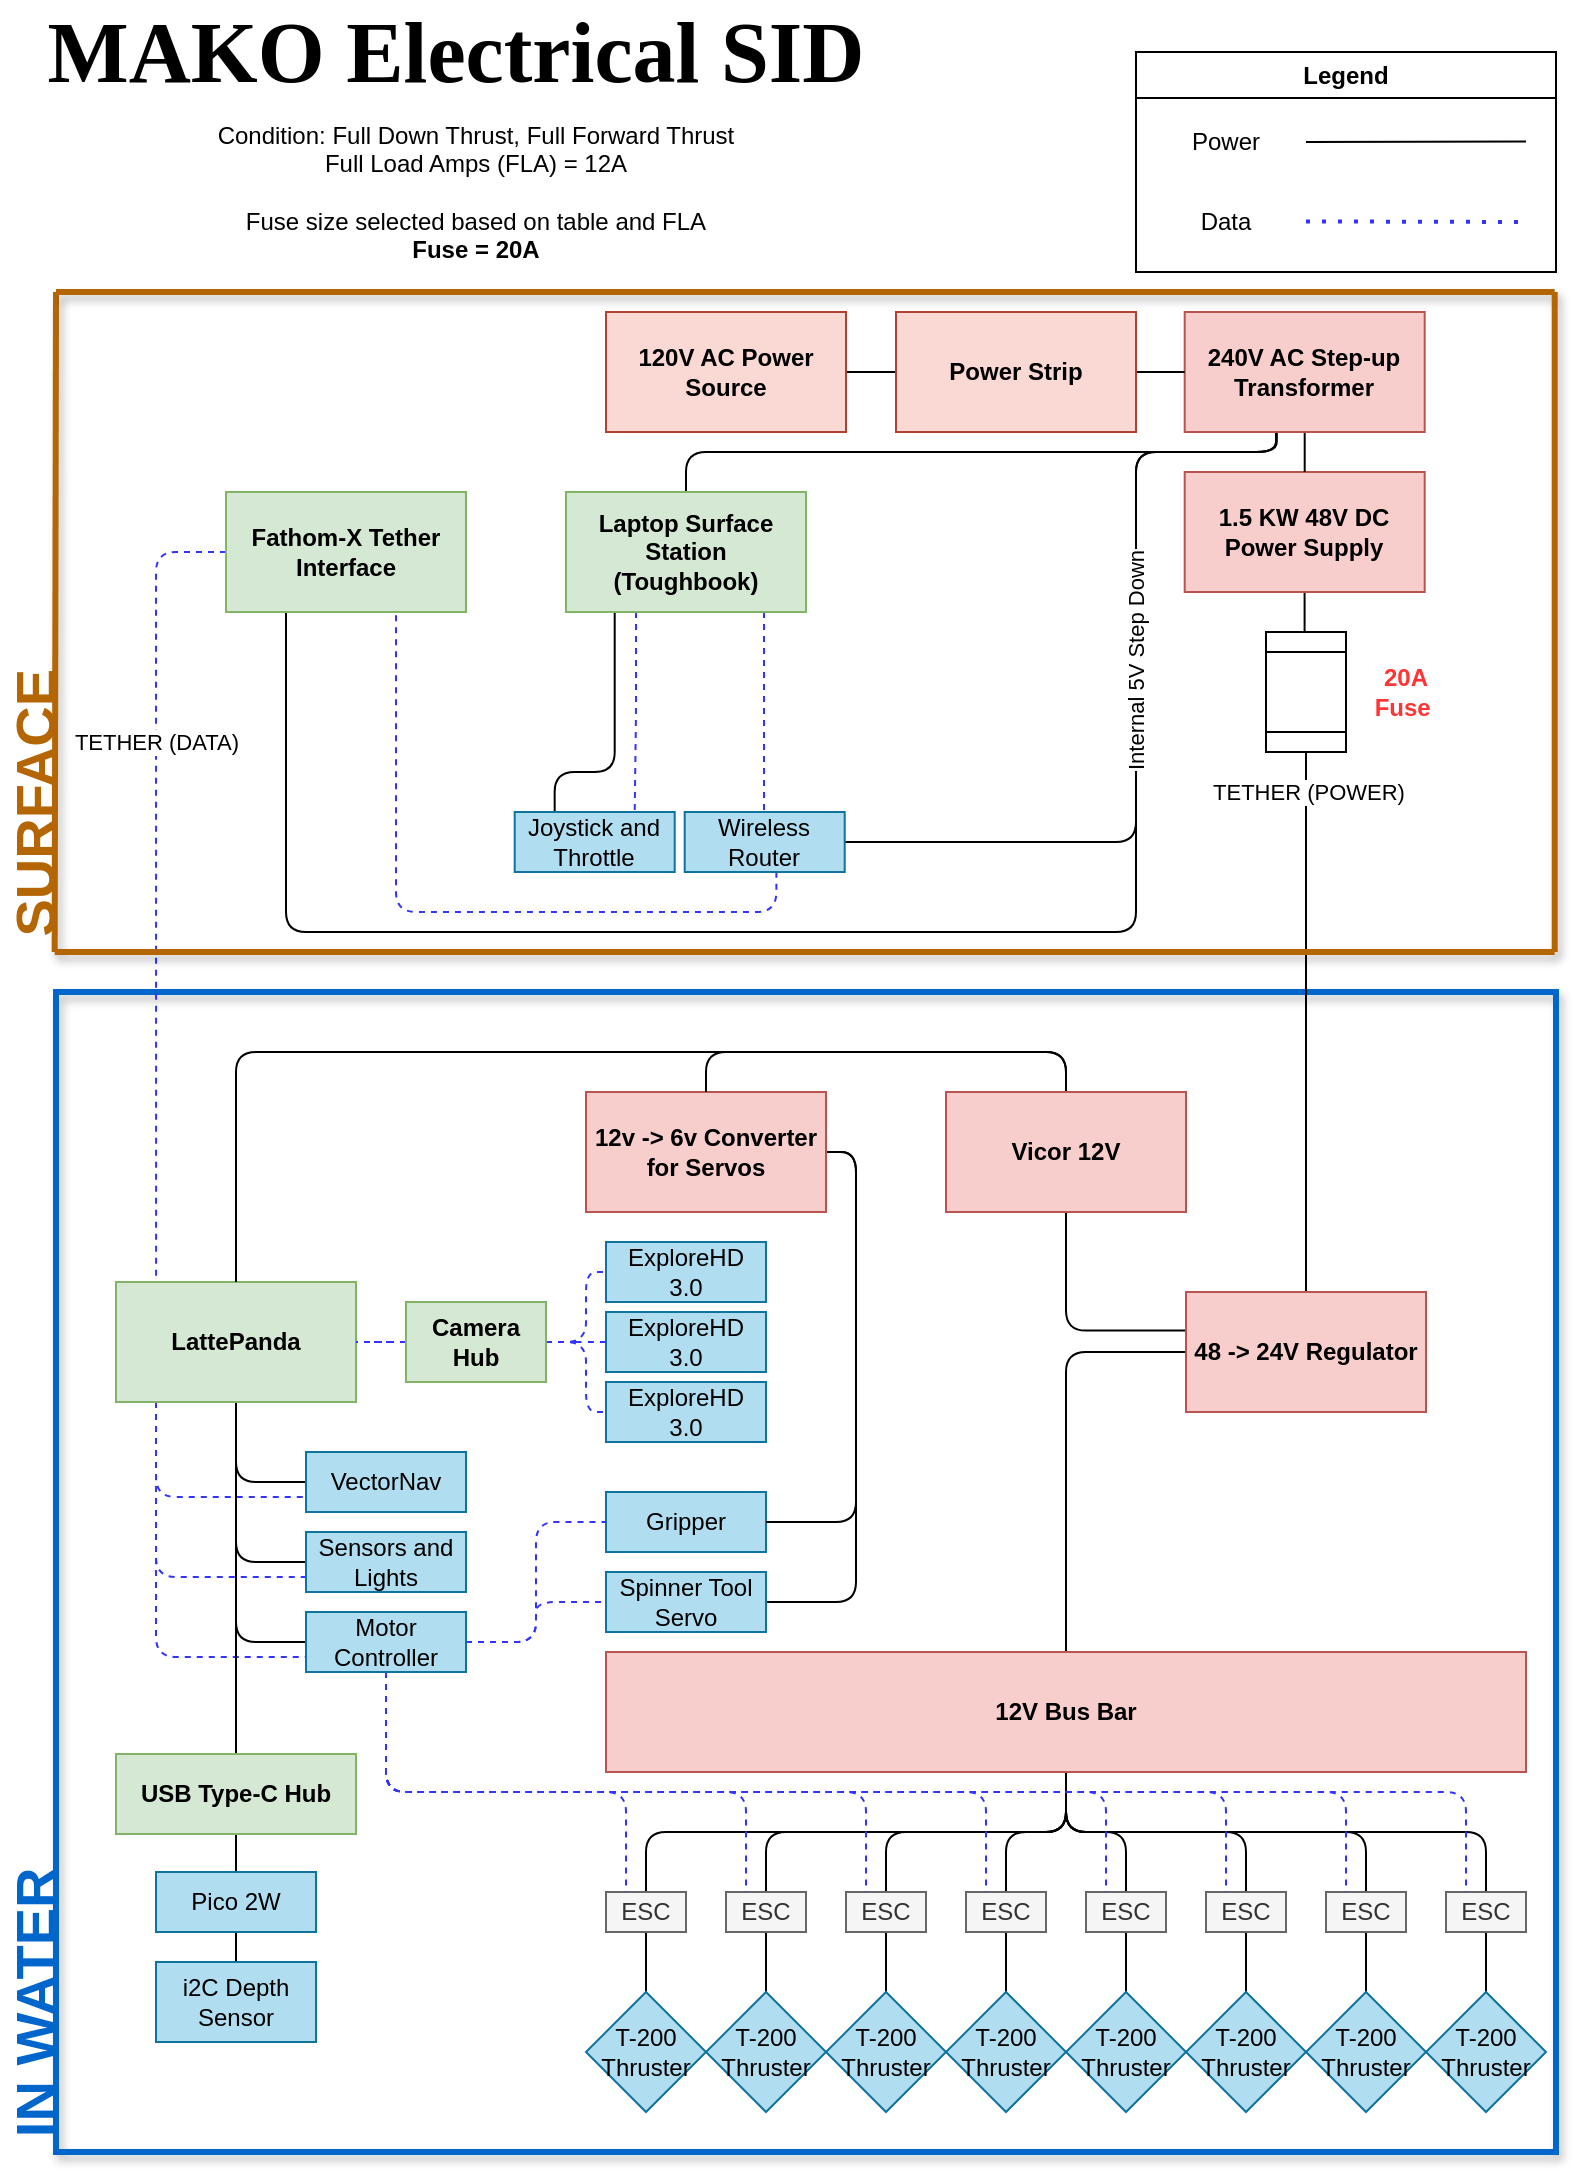
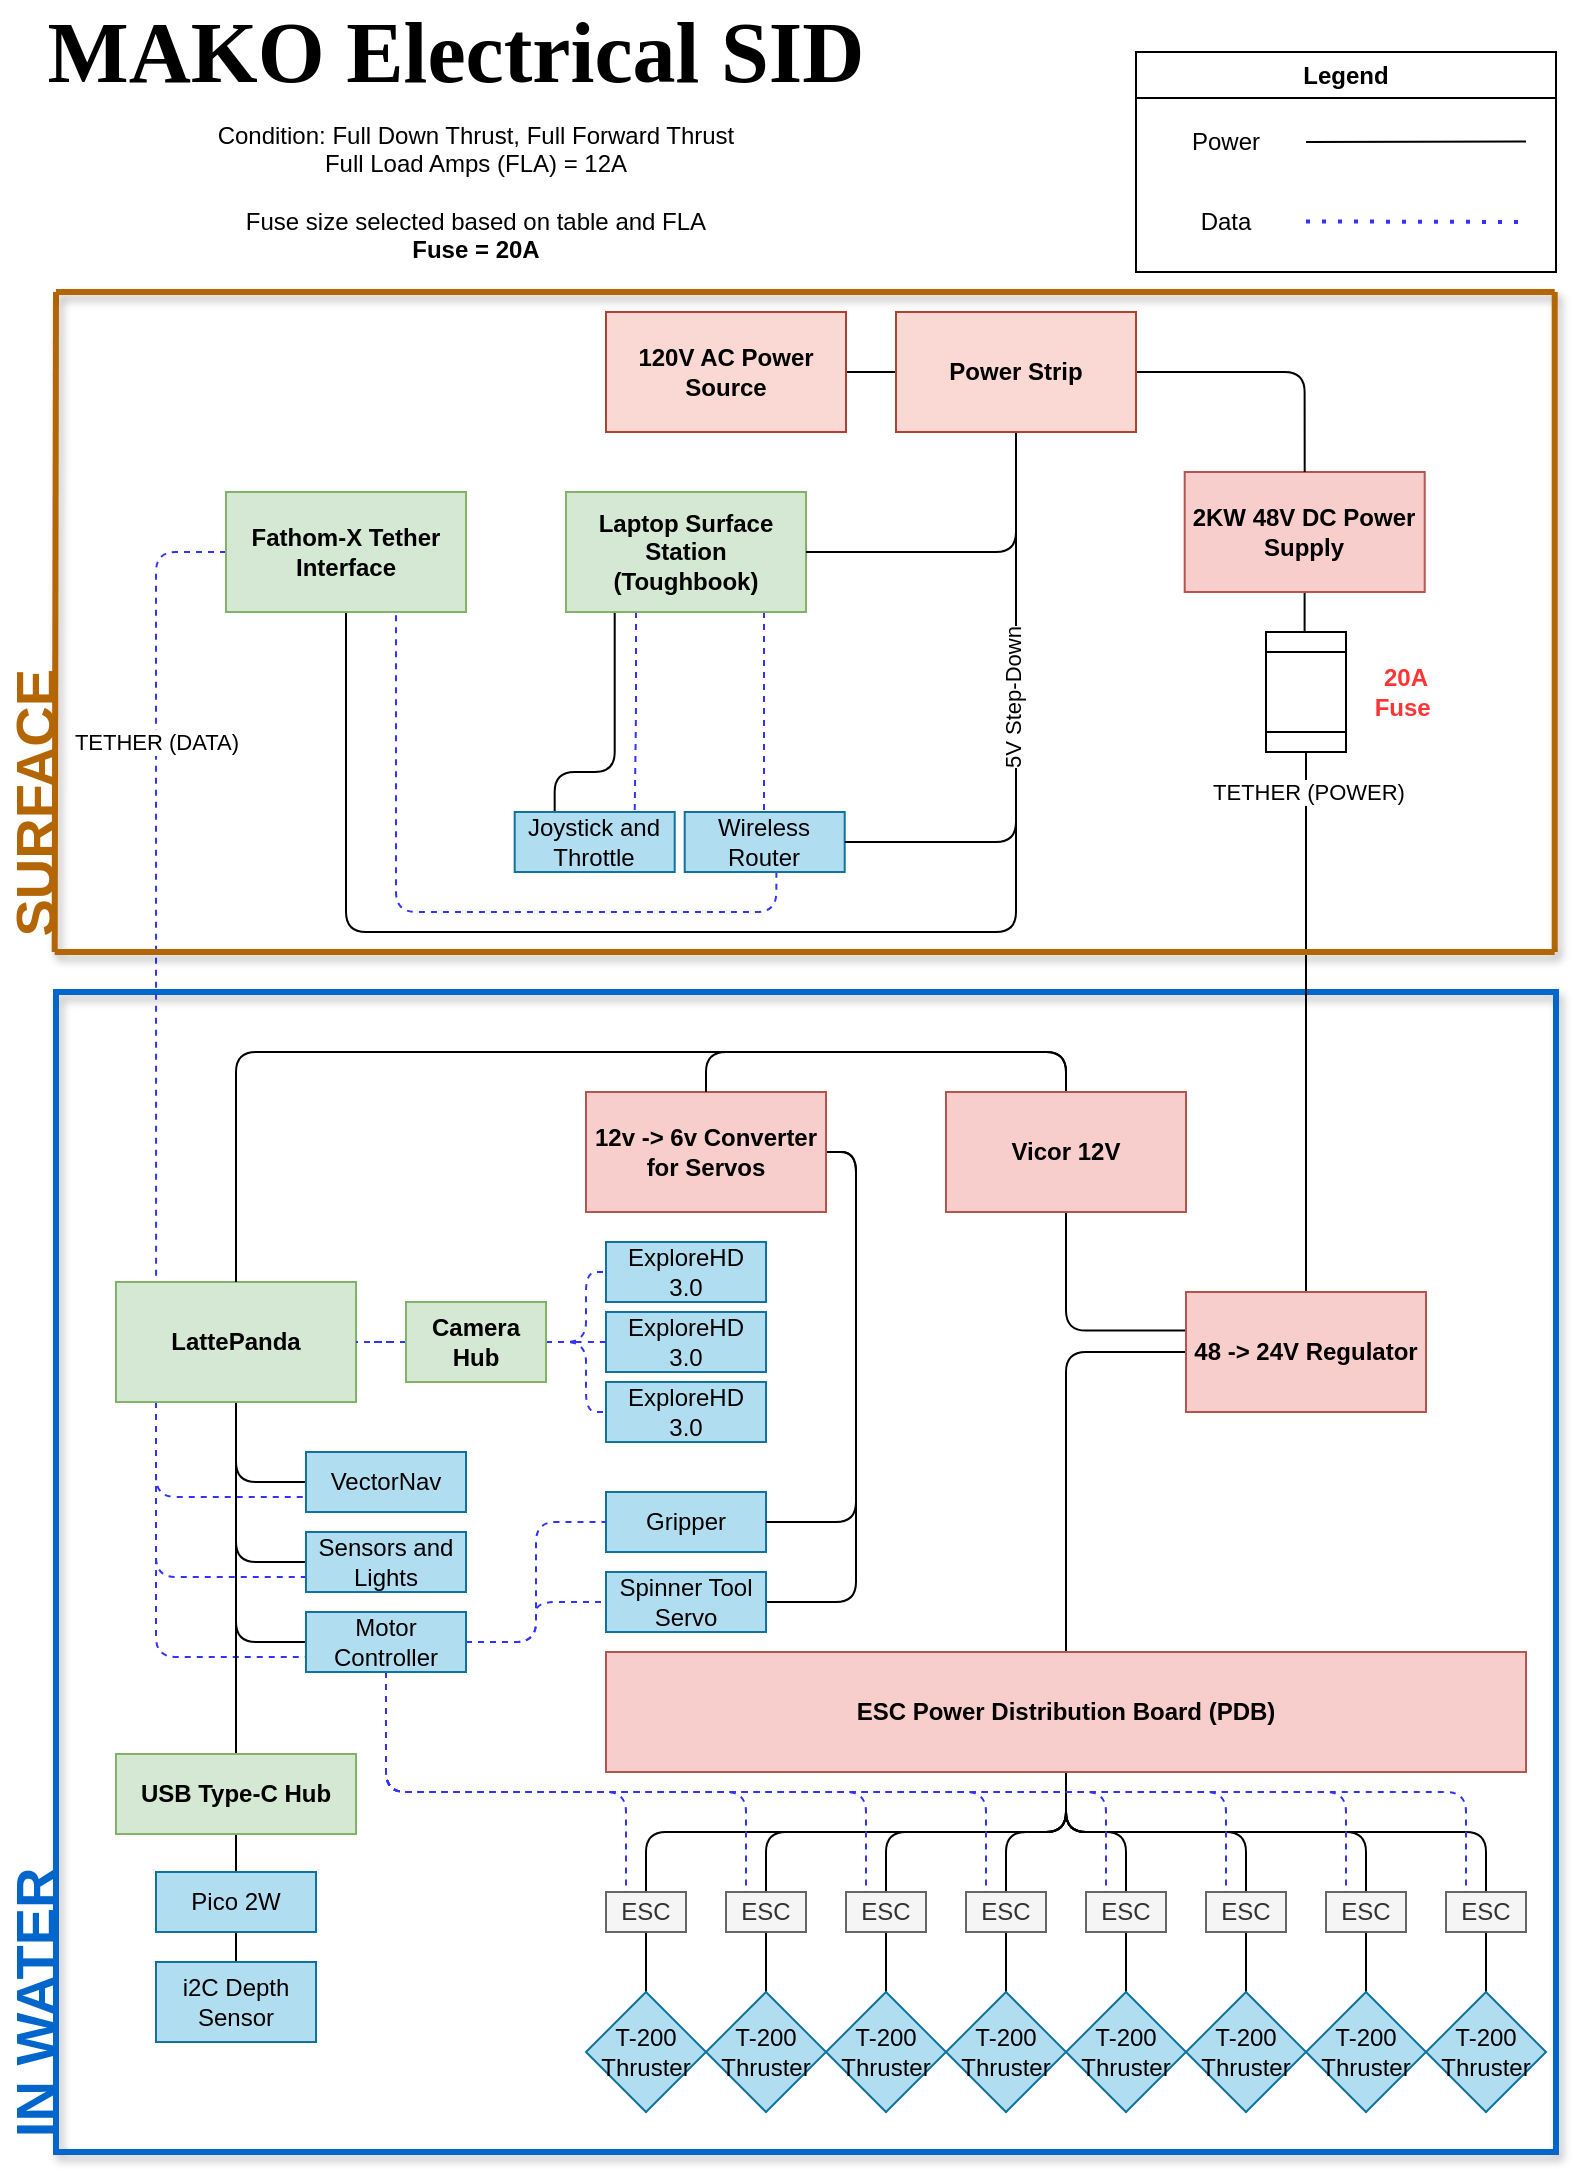
<mxfile host="app.diagrams.net" agent="Mozilla/5.0 (Windows NT 10.0; Win64; x64; rv:139.0) Gecko/20100101 Firefox/139.0">
  <diagram name="Page-1" id="doaNbLGYiiKzRFzNWdXi">
-     <mxGraphModel dx="372" dy="727" grid="1" gridSize="10" guides="1" tooltips="1" connect="1" arrows="1" fold="1" page="1" pageScale="1" pageWidth="850" pageHeight="1100" math="0" shadow="0">
+     <mxGraphModel dx="-59" dy="471" grid="1" gridSize="10" guides="1" tooltips="1" connect="1" arrows="1" fold="1" page="1" pageScale="1" pageWidth="850" pageHeight="1100" math="0" shadow="0">
      <root>
        <mxCell id="0" />
        <mxCell id="1" parent="0" />
        <mxCell id="0vSBfI8_46AL9H7hPHAw-18" parent="1" style="rounded=0;whiteSpace=wrap;html=1;fillColor=none;strokeWidth=3;strokeColor=#0066CC;glass=0;shadow=1;" value="" vertex="1">
          <mxGeometry height="580" width="750" x="890" y="500" as="geometry" />
        </mxCell>
        <mxCell id="59XTsty1G1Yx93DkZX_j-1" parent="1" style="text;html=1;whiteSpace=wrap;strokeColor=none;fillColor=none;align=center;verticalAlign=middle;rounded=0;fontFamily=Times New Roman;fontStyle=1" value="&lt;font style=&quot;font-size: 43px;&quot;&gt;&lt;span&gt;MAKO Electrical SID&lt;/span&gt;&lt;/font&gt;" vertex="1">
          <mxGeometry height="40" width="420" x="880" y="10" as="geometry" />
        </mxCell>
        <mxCell id="59XTsty1G1Yx93DkZX_j-24" edge="1" parent="1" style="edgeStyle=orthogonalEdgeStyle;rounded=0;orthogonalLoop=1;jettySize=auto;html=1;exitX=0.5;exitY=1;exitDx=0;exitDy=0;">
          <mxGeometry relative="1" as="geometry">
            <mxPoint x="1435" y="910" as="sourcePoint" />
            <mxPoint x="1435" y="910" as="targetPoint" />
          </mxGeometry>
        </mxCell>
        <mxCell id="59XTsty1G1Yx93DkZX_j-45" parent="1" style="swimlane;whiteSpace=wrap;html=1;" value="Legend" vertex="1">
          <mxGeometry height="110" width="210" x="1430" y="30" as="geometry" />
        </mxCell>
        <mxCell id="59XTsty1G1Yx93DkZX_j-46" parent="59XTsty1G1Yx93DkZX_j-45" style="text;html=1;whiteSpace=wrap;strokeColor=none;fillColor=none;align=center;verticalAlign=middle;rounded=0;" value="Power" vertex="1">
          <mxGeometry height="30" width="60" x="15" y="30" as="geometry" />
        </mxCell>
        <mxCell id="59XTsty1G1Yx93DkZX_j-47" parent="59XTsty1G1Yx93DkZX_j-45" style="text;html=1;whiteSpace=wrap;strokeColor=none;fillColor=none;align=center;verticalAlign=middle;rounded=0;" value="Data" vertex="1">
          <mxGeometry height="30" width="60" x="15" y="70" as="geometry" />
        </mxCell>
        <mxCell id="59XTsty1G1Yx93DkZX_j-53" edge="1" parent="59XTsty1G1Yx93DkZX_j-45" style="endArrow=none;dashed=1;html=1;dashPattern=1 3;strokeWidth=2;strokeColor=#3333FF;" value="">
          <mxGeometry height="50" relative="1" width="50" as="geometry">
            <mxPoint x="85" y="84.72" as="sourcePoint" />
            <mxPoint x="195" y="85" as="targetPoint" />
          </mxGeometry>
        </mxCell>
        <mxCell id="59XTsty1G1Yx93DkZX_j-54" edge="1" parent="59XTsty1G1Yx93DkZX_j-45" style="endArrow=none;html=1;strokeColor=#000000;" value="">
          <mxGeometry height="50" relative="1" width="50" as="geometry">
            <mxPoint x="85" y="45.06" as="sourcePoint" />
            <mxPoint x="195" y="44.78" as="targetPoint" />
          </mxGeometry>
        </mxCell>
        <mxCell id="37D4bjrBw4_Emu08I7YZ-6" edge="1" parent="1" source="59XTsty1G1Yx93DkZX_j-57" style="edgeStyle=orthogonalEdgeStyle;rounded=0;orthogonalLoop=1;jettySize=auto;html=1;endArrow=none;endFill=0;" target="37D4bjrBw4_Emu08I7YZ-5" value="">
          <mxGeometry relative="1" as="geometry" />
        </mxCell>
        <mxCell id="59XTsty1G1Yx93DkZX_j-57" parent="1" style="rounded=0;whiteSpace=wrap;html=1;fillColor=#fad9d5;strokeColor=#ae4132;fontStyle=1" value="120V AC Power Source" vertex="1">
          <mxGeometry height="60" width="120" x="1165" y="160" as="geometry" />
        </mxCell>
        <mxCell id="59XTsty1G1Yx93DkZX_j-71" edge="1" parent="1" source="59XTsty1G1Yx93DkZX_j-66" style="edgeStyle=orthogonalEdgeStyle;orthogonalLoop=1;jettySize=auto;html=1;endArrow=none;endFill=0;" target="59XTsty1G1Yx93DkZX_j-70" value="">
          <mxGeometry relative="1" as="geometry" />
        </mxCell>
-         <mxCell id="59XTsty1G1Yx93DkZX_j-66" parent="1" style="rounded=0;whiteSpace=wrap;html=1;fillColor=#f8cecc;strokeColor=#b85450;fontStyle=1" value="&lt;div&gt;1.5 KW 48V DC Power Supply&lt;/div&gt;" vertex="1">
+         <mxCell id="59XTsty1G1Yx93DkZX_j-66" parent="1" style="rounded=0;whiteSpace=wrap;html=1;fillColor=#f8cecc;strokeColor=#b85450;fontStyle=1" value="&lt;div&gt;2KW 48V DC Power Supply&lt;/div&gt;" vertex="1">
          <mxGeometry height="60" width="120" x="1454.35" y="240" as="geometry" />
        </mxCell>
        <mxCell id="59XTsty1G1Yx93DkZX_j-81" edge="1" parent="1" source="59XTsty1G1Yx93DkZX_j-70" style="edgeStyle=orthogonalEdgeStyle;orthogonalLoop=1;jettySize=auto;html=1;entryX=0.5;entryY=0;entryDx=0;entryDy=0;endArrow=none;endFill=0;" target="59XTsty1G1Yx93DkZX_j-101" value="">
          <mxGeometry relative="1" as="geometry">
            <mxPoint x="1515" y="470" as="targetPoint" />
          </mxGeometry>
        </mxCell>
        <mxCell id="59XTsty1G1Yx93DkZX_j-99" connectable="0" parent="59XTsty1G1Yx93DkZX_j-81" style="edgeLabel;html=1;align=center;verticalAlign=middle;resizable=0;points=[];" value="TETHER (POWER)" vertex="1">
          <mxGeometry relative="1" x="-0.062" y="-1" as="geometry">
            <mxPoint x="2" y="-107" as="offset" />
          </mxGeometry>
        </mxCell>
        <mxCell id="59XTsty1G1Yx93DkZX_j-70" parent="1" style="shape=process;whiteSpace=wrap;html=1;backgroundOutline=1;rounded=0;direction=south;size=0.16666666666666666;" value="" vertex="1">
          <mxGeometry height="60" width="40" x="1495" y="320" as="geometry" />
        </mxCell>
        <mxCell id="59XTsty1G1Yx93DkZX_j-83" parent="1" style="text;html=1;whiteSpace=wrap;strokeColor=none;fillColor=none;align=center;verticalAlign=middle;rounded=0;" value="&lt;div&gt;Condition: Full Down Thrust, Full Forward Thrust&lt;/div&gt;&lt;div&gt;Full Load Amps (FLA) = 12A&lt;/div&gt;&lt;div&gt;&lt;br&gt;&lt;/div&gt;&lt;div&gt;Fuse size selected based on table and FLA&lt;/div&gt;&lt;div&gt;&lt;b&gt;Fuse = 20A&lt;/b&gt;&lt;/div&gt;" vertex="1">
          <mxGeometry height="80" width="410" x="894.9999999999999" y="60" as="geometry" />
        </mxCell>
        <mxCell id="59XTsty1G1Yx93DkZX_j-205" edge="1" parent="1" source="59XTsty1G1Yx93DkZX_j-101" style="edgeStyle=orthogonalEdgeStyle;orthogonalLoop=1;jettySize=auto;html=1;entryX=0.5;entryY=1;entryDx=0;entryDy=0;exitX=-0.004;exitY=0.321;exitDx=0;exitDy=0;exitPerimeter=0;endArrow=none;endFill=0;" target="59XTsty1G1Yx93DkZX_j-180">
          <mxGeometry relative="1" as="geometry" />
        </mxCell>
        <mxCell id="_A7pCzdjQUsaNXFOYSQv-8" edge="1" parent="1" source="59XTsty1G1Yx93DkZX_j-101" style="edgeStyle=orthogonalEdgeStyle;rounded=1;orthogonalLoop=1;jettySize=auto;html=1;entryX=0.5;entryY=0;entryDx=0;entryDy=0;strokeColor=default;endArrow=none;endFill=0;curved=0;" target="59XTsty1G1Yx93DkZX_j-108">
          <mxGeometry relative="1" as="geometry">
            <Array as="points">
              <mxPoint x="1395" y="680" />
            </Array>
          </mxGeometry>
        </mxCell>
        <mxCell id="59XTsty1G1Yx93DkZX_j-101" parent="1" style="rounded=0;whiteSpace=wrap;html=1;fillColor=#f8cecc;strokeColor=#b85450;fontStyle=1" value="48 -&amp;gt; 24V Regulator" vertex="1">
          <mxGeometry height="60" width="120" x="1455" y="650" as="geometry" />
        </mxCell>
        <mxCell id="59XTsty1G1Yx93DkZX_j-135" edge="1" parent="1" source="59XTsty1G1Yx93DkZX_j-108" style="edgeStyle=orthogonalEdgeStyle;orthogonalLoop=1;jettySize=auto;html=1;entryX=0.5;entryY=0;entryDx=0;entryDy=0;endArrow=none;endFill=0;" target="59XTsty1G1Yx93DkZX_j-116">
          <mxGeometry relative="1" as="geometry" />
        </mxCell>
        <mxCell id="59XTsty1G1Yx93DkZX_j-137" edge="1" parent="1" source="59XTsty1G1Yx93DkZX_j-108" style="edgeStyle=orthogonalEdgeStyle;orthogonalLoop=1;jettySize=auto;html=1;entryX=0.5;entryY=0;entryDx=0;entryDy=0;endArrow=none;endFill=0;" target="59XTsty1G1Yx93DkZX_j-120">
          <mxGeometry relative="1" as="geometry" />
        </mxCell>
        <mxCell id="59XTsty1G1Yx93DkZX_j-138" edge="1" parent="1" source="59XTsty1G1Yx93DkZX_j-108" style="edgeStyle=orthogonalEdgeStyle;orthogonalLoop=1;jettySize=auto;html=1;entryX=0.5;entryY=0;entryDx=0;entryDy=0;endArrow=none;endFill=0;" target="59XTsty1G1Yx93DkZX_j-117">
          <mxGeometry relative="1" as="geometry" />
        </mxCell>
        <mxCell id="59XTsty1G1Yx93DkZX_j-139" edge="1" parent="1" source="59XTsty1G1Yx93DkZX_j-108" style="edgeStyle=orthogonalEdgeStyle;orthogonalLoop=1;jettySize=auto;html=1;entryX=0.5;entryY=0;entryDx=0;entryDy=0;endArrow=none;endFill=0;" target="59XTsty1G1Yx93DkZX_j-118">
          <mxGeometry relative="1" as="geometry" />
        </mxCell>
        <mxCell id="59XTsty1G1Yx93DkZX_j-140" edge="1" parent="1" source="59XTsty1G1Yx93DkZX_j-108" style="edgeStyle=orthogonalEdgeStyle;orthogonalLoop=1;jettySize=auto;html=1;entryX=0.5;entryY=0;entryDx=0;entryDy=0;endArrow=none;endFill=0;" target="59XTsty1G1Yx93DkZX_j-121">
          <mxGeometry relative="1" as="geometry" />
        </mxCell>
        <mxCell id="59XTsty1G1Yx93DkZX_j-141" edge="1" parent="1" source="59XTsty1G1Yx93DkZX_j-108" style="edgeStyle=orthogonalEdgeStyle;orthogonalLoop=1;jettySize=auto;html=1;entryX=0.5;entryY=0;entryDx=0;entryDy=0;endArrow=none;endFill=0;" target="59XTsty1G1Yx93DkZX_j-122">
          <mxGeometry relative="1" as="geometry" />
        </mxCell>
        <mxCell id="59XTsty1G1Yx93DkZX_j-142" edge="1" parent="1" source="59XTsty1G1Yx93DkZX_j-108" style="edgeStyle=orthogonalEdgeStyle;orthogonalLoop=1;jettySize=auto;html=1;entryX=0.5;entryY=0;entryDx=0;entryDy=0;endArrow=none;endFill=0;" target="59XTsty1G1Yx93DkZX_j-123">
          <mxGeometry relative="1" as="geometry" />
        </mxCell>
        <mxCell id="59XTsty1G1Yx93DkZX_j-143" edge="1" parent="1" source="59XTsty1G1Yx93DkZX_j-108" style="edgeStyle=orthogonalEdgeStyle;orthogonalLoop=1;jettySize=auto;html=1;endArrow=none;endFill=0;" target="59XTsty1G1Yx93DkZX_j-124">
          <mxGeometry relative="1" as="geometry" />
        </mxCell>
-         <mxCell id="59XTsty1G1Yx93DkZX_j-108" parent="1" style="rounded=0;whiteSpace=wrap;html=1;fillColor=#f8cecc;strokeColor=#b85450;fontStyle=0" value="&lt;b&gt;&lt;span&gt;12V Bus Bar&lt;/span&gt;&lt;/b&gt;" vertex="1">
+         <mxCell id="59XTsty1G1Yx93DkZX_j-108" parent="1" style="rounded=0;whiteSpace=wrap;html=1;fillColor=#f8cecc;strokeColor=#b85450;fontStyle=0" value="&lt;div&gt;&lt;b&gt;ESC Power Distribution Board (PDB)&lt;/b&gt;&lt;/div&gt;" vertex="1">
          <mxGeometry height="60" width="460" x="1165" y="830" as="geometry" />
        </mxCell>
        <mxCell id="37D4bjrBw4_Emu08I7YZ-10" edge="1" parent="1" source="59XTsty1G1Yx93DkZX_j-111" style="edgeStyle=orthogonalEdgeStyle;rounded=1;orthogonalLoop=1;jettySize=auto;html=1;entryX=0;entryY=0.75;entryDx=0;entryDy=0;endArrow=none;endFill=0;strokeColor=#3333FF;curved=0;dashed=1;" target="59XTsty1G1Yx93DkZX_j-164">
          <mxGeometry relative="1" as="geometry">
            <Array as="points">
              <mxPoint x="940" y="753" />
            </Array>
          </mxGeometry>
        </mxCell>
        <mxCell id="37D4bjrBw4_Emu08I7YZ-12" edge="1" parent="1" source="59XTsty1G1Yx93DkZX_j-111" style="edgeStyle=orthogonalEdgeStyle;rounded=1;orthogonalLoop=1;jettySize=auto;html=1;entryX=0;entryY=0.5;entryDx=0;entryDy=0;endArrow=none;endFill=0;curved=0;" target="59XTsty1G1Yx93DkZX_j-164">
          <mxGeometry relative="1" as="geometry" />
        </mxCell>
        <mxCell id="37D4bjrBw4_Emu08I7YZ-13" edge="1" parent="1" source="59XTsty1G1Yx93DkZX_j-111" style="edgeStyle=orthogonalEdgeStyle;rounded=1;orthogonalLoop=1;jettySize=auto;html=1;entryX=0;entryY=0.5;entryDx=0;entryDy=0;endArrow=none;endFill=0;curved=0;" target="59XTsty1G1Yx93DkZX_j-165">
          <mxGeometry relative="1" as="geometry" />
        </mxCell>
        <mxCell id="37D4bjrBw4_Emu08I7YZ-14" edge="1" parent="1" source="59XTsty1G1Yx93DkZX_j-111" style="edgeStyle=orthogonalEdgeStyle;rounded=1;orthogonalLoop=1;jettySize=auto;html=1;entryX=0;entryY=0.5;entryDx=0;entryDy=0;endArrow=none;endFill=0;curved=0;" target="59XTsty1G1Yx93DkZX_j-231">
          <mxGeometry relative="1" as="geometry" />
        </mxCell>
        <mxCell id="37D4bjrBw4_Emu08I7YZ-15" edge="1" parent="1" source="59XTsty1G1Yx93DkZX_j-111" style="edgeStyle=orthogonalEdgeStyle;rounded=1;orthogonalLoop=1;jettySize=auto;html=1;entryX=0;entryY=0.75;entryDx=0;entryDy=0;curved=0;endArrow=none;endFill=0;dashed=1;strokeColor=#3333FF;" target="59XTsty1G1Yx93DkZX_j-165">
          <mxGeometry relative="1" as="geometry">
            <Array as="points">
              <mxPoint x="940" y="793" />
            </Array>
          </mxGeometry>
        </mxCell>
        <mxCell id="37D4bjrBw4_Emu08I7YZ-16" edge="1" parent="1" source="59XTsty1G1Yx93DkZX_j-111" style="edgeStyle=orthogonalEdgeStyle;rounded=1;orthogonalLoop=1;jettySize=auto;html=1;entryX=0;entryY=0.75;entryDx=0;entryDy=0;dashed=1;strokeColor=#3333FF;curved=0;endArrow=none;endFill=0;" target="59XTsty1G1Yx93DkZX_j-231">
          <mxGeometry relative="1" as="geometry">
            <Array as="points">
              <mxPoint x="940" y="833" />
            </Array>
          </mxGeometry>
        </mxCell>
        <mxCell id="OX7wq4GX1beUy1cfBgnM-2" edge="1" parent="1" source="59XTsty1G1Yx93DkZX_j-111" style="edgeStyle=orthogonalEdgeStyle;rounded=0;orthogonalLoop=1;jettySize=auto;html=1;endArrow=none;endFill=0;" target="OX7wq4GX1beUy1cfBgnM-1">
          <mxGeometry relative="1" as="geometry" />
        </mxCell>
        <mxCell id="59XTsty1G1Yx93DkZX_j-111" parent="1" style="rounded=0;whiteSpace=wrap;html=1;fillColor=#d5e8d4;strokeColor=#82b366;" value="&lt;b&gt;LattePanda&lt;/b&gt;" vertex="1">
          <mxGeometry height="60" width="120" x="920" y="645" as="geometry" />
        </mxCell>
        <mxCell id="59XTsty1G1Yx93DkZX_j-145" edge="1" parent="1" source="59XTsty1G1Yx93DkZX_j-116" style="edgeStyle=orthogonalEdgeStyle;orthogonalLoop=1;jettySize=auto;html=1;entryX=0.5;entryY=0;entryDx=0;entryDy=0;endArrow=none;endFill=0;" target="59XTsty1G1Yx93DkZX_j-126">
          <mxGeometry relative="1" as="geometry" />
        </mxCell>
        <mxCell id="59XTsty1G1Yx93DkZX_j-116" parent="1" style="rounded=0;whiteSpace=wrap;html=1;fillColor=#f5f5f5;fontColor=#333333;strokeColor=#666666;" value="ESC" vertex="1">
          <mxGeometry height="20" width="40" x="1165" y="950" as="geometry" />
        </mxCell>
        <mxCell id="59XTsty1G1Yx93DkZX_j-147" edge="1" parent="1" source="59XTsty1G1Yx93DkZX_j-117" style="edgeStyle=orthogonalEdgeStyle;orthogonalLoop=1;jettySize=auto;html=1;entryX=0.5;entryY=0;entryDx=0;entryDy=0;endArrow=none;endFill=0;" target="59XTsty1G1Yx93DkZX_j-128">
          <mxGeometry relative="1" as="geometry" />
        </mxCell>
        <mxCell id="59XTsty1G1Yx93DkZX_j-117" parent="1" style="rounded=0;whiteSpace=wrap;html=1;fillColor=#f5f5f5;fontColor=#333333;strokeColor=#666666;" value="ESC" vertex="1">
          <mxGeometry height="20" width="40" x="1285" y="950" as="geometry" />
        </mxCell>
        <mxCell id="59XTsty1G1Yx93DkZX_j-148" edge="1" parent="1" source="59XTsty1G1Yx93DkZX_j-118" style="edgeStyle=orthogonalEdgeStyle;orthogonalLoop=1;jettySize=auto;html=1;entryX=0.5;entryY=0;entryDx=0;entryDy=0;endArrow=none;endFill=0;" target="59XTsty1G1Yx93DkZX_j-129">
          <mxGeometry relative="1" as="geometry" />
        </mxCell>
        <mxCell id="59XTsty1G1Yx93DkZX_j-118" parent="1" style="rounded=0;whiteSpace=wrap;html=1;fillColor=#f5f5f5;fontColor=#333333;strokeColor=#666666;" value="ESC" vertex="1">
          <mxGeometry height="20" width="40" x="1345" y="950" as="geometry" />
        </mxCell>
        <mxCell id="59XTsty1G1Yx93DkZX_j-146" edge="1" parent="1" source="59XTsty1G1Yx93DkZX_j-120" style="edgeStyle=orthogonalEdgeStyle;orthogonalLoop=1;jettySize=auto;html=1;entryX=0.5;entryY=0;entryDx=0;entryDy=0;endArrow=none;endFill=0;" target="59XTsty1G1Yx93DkZX_j-127">
          <mxGeometry relative="1" as="geometry" />
        </mxCell>
        <mxCell id="59XTsty1G1Yx93DkZX_j-120" parent="1" style="rounded=0;whiteSpace=wrap;html=1;fillColor=#f5f5f5;fontColor=#333333;strokeColor=#666666;" value="ESC" vertex="1">
          <mxGeometry height="20" width="40" x="1225" y="950" as="geometry" />
        </mxCell>
        <mxCell id="59XTsty1G1Yx93DkZX_j-149" edge="1" parent="1" source="59XTsty1G1Yx93DkZX_j-121" style="edgeStyle=orthogonalEdgeStyle;orthogonalLoop=1;jettySize=auto;html=1;entryX=0.5;entryY=0;entryDx=0;entryDy=0;endArrow=none;endFill=0;" target="59XTsty1G1Yx93DkZX_j-130">
          <mxGeometry relative="1" as="geometry" />
        </mxCell>
        <mxCell id="59XTsty1G1Yx93DkZX_j-121" parent="1" style="rounded=0;whiteSpace=wrap;html=1;fillColor=#f5f5f5;fontColor=#333333;strokeColor=#666666;" value="ESC" vertex="1">
          <mxGeometry height="20" width="40" x="1405" y="950" as="geometry" />
        </mxCell>
        <mxCell id="59XTsty1G1Yx93DkZX_j-150" edge="1" parent="1" source="59XTsty1G1Yx93DkZX_j-122" style="edgeStyle=orthogonalEdgeStyle;orthogonalLoop=1;jettySize=auto;html=1;entryX=0.5;entryY=0;entryDx=0;entryDy=0;endArrow=none;endFill=0;" target="59XTsty1G1Yx93DkZX_j-131">
          <mxGeometry relative="1" as="geometry" />
        </mxCell>
        <mxCell id="59XTsty1G1Yx93DkZX_j-122" parent="1" style="rounded=0;whiteSpace=wrap;html=1;fillColor=#f5f5f5;fontColor=#333333;strokeColor=#666666;" value="ESC" vertex="1">
          <mxGeometry height="20" width="40" x="1465" y="950" as="geometry" />
        </mxCell>
        <mxCell id="59XTsty1G1Yx93DkZX_j-151" edge="1" parent="1" source="59XTsty1G1Yx93DkZX_j-123" style="edgeStyle=orthogonalEdgeStyle;orthogonalLoop=1;jettySize=auto;html=1;entryX=0.5;entryY=0;entryDx=0;entryDy=0;endArrow=none;endFill=0;" target="59XTsty1G1Yx93DkZX_j-132">
          <mxGeometry relative="1" as="geometry" />
        </mxCell>
        <mxCell id="59XTsty1G1Yx93DkZX_j-123" parent="1" style="rounded=0;whiteSpace=wrap;html=1;fillColor=#f5f5f5;fontColor=#333333;strokeColor=#666666;" value="ESC" vertex="1">
          <mxGeometry height="20" width="40" x="1525" y="950" as="geometry" />
        </mxCell>
        <mxCell id="59XTsty1G1Yx93DkZX_j-152" edge="1" parent="1" source="59XTsty1G1Yx93DkZX_j-124" style="edgeStyle=orthogonalEdgeStyle;orthogonalLoop=1;jettySize=auto;html=1;entryX=0.5;entryY=0;entryDx=0;entryDy=0;endArrow=none;endFill=0;" target="59XTsty1G1Yx93DkZX_j-133">
          <mxGeometry relative="1" as="geometry" />
        </mxCell>
        <mxCell id="59XTsty1G1Yx93DkZX_j-124" parent="1" style="rounded=0;whiteSpace=wrap;html=1;fillColor=#f5f5f5;fontColor=#333333;strokeColor=#666666;" value="ESC" vertex="1">
          <mxGeometry height="20" width="40" x="1585" y="950" as="geometry" />
        </mxCell>
        <mxCell id="59XTsty1G1Yx93DkZX_j-126" parent="1" style="rhombus;whiteSpace=wrap;html=1;fillColor=#b1ddf0;strokeColor=#10739e;" value="T-200 Thruster" vertex="1">
          <mxGeometry height="60" width="60" x="1155" y="1000" as="geometry" />
        </mxCell>
        <mxCell id="59XTsty1G1Yx93DkZX_j-127" parent="1" style="rhombus;whiteSpace=wrap;html=1;fillColor=#b1ddf0;strokeColor=#10739e;" value="T-200 Thruster" vertex="1">
          <mxGeometry height="60" width="60" x="1215" y="1000" as="geometry" />
        </mxCell>
        <mxCell id="59XTsty1G1Yx93DkZX_j-128" parent="1" style="rhombus;whiteSpace=wrap;html=1;fillColor=#b1ddf0;strokeColor=#10739e;" value="T-200 Thruster" vertex="1">
          <mxGeometry height="60" width="60" x="1275" y="1000" as="geometry" />
        </mxCell>
        <mxCell id="59XTsty1G1Yx93DkZX_j-129" parent="1" style="rhombus;whiteSpace=wrap;html=1;fillColor=#b1ddf0;strokeColor=#10739e;" value="T-200 Thruster" vertex="1">
          <mxGeometry height="60" width="60" x="1335" y="1000" as="geometry" />
        </mxCell>
        <mxCell id="59XTsty1G1Yx93DkZX_j-130" parent="1" style="rhombus;whiteSpace=wrap;html=1;fillColor=#b1ddf0;strokeColor=#10739e;" value="T-200 Thruster" vertex="1">
          <mxGeometry height="60" width="60" x="1395" y="1000" as="geometry" />
        </mxCell>
        <mxCell id="59XTsty1G1Yx93DkZX_j-131" parent="1" style="rhombus;whiteSpace=wrap;html=1;fillColor=#b1ddf0;strokeColor=#10739e;" value="T-200 Thruster" vertex="1">
          <mxGeometry height="60" width="60" x="1455" y="1000" as="geometry" />
        </mxCell>
        <mxCell id="59XTsty1G1Yx93DkZX_j-132" parent="1" style="rhombus;whiteSpace=wrap;html=1;fillColor=#b1ddf0;strokeColor=#10739e;" value="T-200 Thruster" vertex="1">
          <mxGeometry height="60" width="60" x="1515" y="1000" as="geometry" />
        </mxCell>
        <mxCell id="59XTsty1G1Yx93DkZX_j-133" parent="1" style="rhombus;whiteSpace=wrap;html=1;fillColor=#b1ddf0;strokeColor=#10739e;" value="T-200 Thruster" vertex="1">
          <mxGeometry height="60" width="60" x="1575" y="1000" as="geometry" />
        </mxCell>
        <mxCell id="59XTsty1G1Yx93DkZX_j-155" parent="1" style="rounded=0;whiteSpace=wrap;html=1;fillColor=#b1ddf0;strokeColor=#10739e;" value="Gripper" vertex="1">
          <mxGeometry height="30" width="80" x="1165" y="750" as="geometry" />
        </mxCell>
        <mxCell id="59XTsty1G1Yx93DkZX_j-164" parent="1" style="rounded=0;whiteSpace=wrap;html=1;fillColor=#b1ddf0;strokeColor=#10739e;" value="VectorNav" vertex="1">
          <mxGeometry height="30" width="80" x="1015" y="730" as="geometry" />
        </mxCell>
        <mxCell id="59XTsty1G1Yx93DkZX_j-165" parent="1" style="rounded=0;whiteSpace=wrap;html=1;fillColor=#b1ddf0;strokeColor=#10739e;" value="Sensors and Lights" vertex="1">
          <mxGeometry height="30" width="80" x="1015" y="770" as="geometry" />
        </mxCell>
        <mxCell id="59XTsty1G1Yx93DkZX_j-185" edge="1" parent="1" source="59XTsty1G1Yx93DkZX_j-179" style="edgeStyle=orthogonalEdgeStyle;orthogonalLoop=1;jettySize=auto;html=1;entryX=1;entryY=0.5;entryDx=0;entryDy=0;endArrow=none;endFill=0;" target="59XTsty1G1Yx93DkZX_j-155">
          <mxGeometry relative="1" as="geometry">
            <Array as="points">
              <mxPoint x="1290" y="580" />
              <mxPoint x="1290" y="765" />
            </Array>
          </mxGeometry>
        </mxCell>
        <mxCell id="0vSBfI8_46AL9H7hPHAw-5" edge="1" parent="1" source="59XTsty1G1Yx93DkZX_j-179" style="edgeStyle=orthogonalEdgeStyle;rounded=1;orthogonalLoop=1;jettySize=auto;html=1;entryX=1;entryY=0.5;entryDx=0;entryDy=0;curved=0;endArrow=none;endFill=0;" target="0vSBfI8_46AL9H7hPHAw-3">
          <mxGeometry relative="1" as="geometry">
            <Array as="points">
              <mxPoint x="1290" y="580" />
              <mxPoint x="1290" y="805" />
            </Array>
          </mxGeometry>
        </mxCell>
        <mxCell id="59XTsty1G1Yx93DkZX_j-179" parent="1" style="rounded=0;whiteSpace=wrap;html=1;fillColor=#f8cecc;strokeColor=#b85450;fontStyle=1" value="12v -&amp;gt; 6v Converter for Servos" vertex="1">
          <mxGeometry height="60" width="120" x="1155" y="550" as="geometry" />
        </mxCell>
        <mxCell id="59XTsty1G1Yx93DkZX_j-183" edge="1" parent="1" source="59XTsty1G1Yx93DkZX_j-180" style="edgeStyle=orthogonalEdgeStyle;orthogonalLoop=1;jettySize=auto;html=1;endArrow=none;endFill=0;" target="59XTsty1G1Yx93DkZX_j-111">
          <mxGeometry relative="1" as="geometry">
            <Array as="points">
              <mxPoint x="980" y="530" />
            </Array>
          </mxGeometry>
        </mxCell>
        <mxCell id="59XTsty1G1Yx93DkZX_j-184" edge="1" parent="1" source="59XTsty1G1Yx93DkZX_j-180" style="edgeStyle=orthogonalEdgeStyle;orthogonalLoop=1;jettySize=auto;html=1;entryX=0.5;entryY=0;entryDx=0;entryDy=0;endArrow=none;endFill=0;" target="59XTsty1G1Yx93DkZX_j-179">
          <mxGeometry relative="1" as="geometry">
            <Array as="points">
              <mxPoint x="1215" y="530" />
            </Array>
          </mxGeometry>
        </mxCell>
        <mxCell id="59XTsty1G1Yx93DkZX_j-180" parent="1" style="rounded=0;whiteSpace=wrap;html=1;fillColor=#f8cecc;strokeColor=#b85450;fontStyle=1" value="Vicor 12V" vertex="1">
          <mxGeometry height="60" width="120" x="1335" y="550" as="geometry" />
-         </mxCell>
-         <mxCell id="59XTsty1G1Yx93DkZX_j-218" edge="1" parent="1" source="59XTsty1G1Yx93DkZX_j-208" style="edgeStyle=orthogonalEdgeStyle;orthogonalLoop=1;jettySize=auto;html=1;endArrow=none;endFill=0;" target="59XTsty1G1Yx93DkZX_j-66">
-           <mxGeometry relative="1" as="geometry">
-             <Array as="points">
-               <mxPoint x="1520" y="250" />
-               <mxPoint x="1520" y="250" />
-             </Array>
-           </mxGeometry>
-         </mxCell>
-         <mxCell id="37D4bjrBw4_Emu08I7YZ-1" edge="1" parent="1" source="59XTsty1G1Yx93DkZX_j-208" style="edgeStyle=orthogonalEdgeStyle;rounded=1;orthogonalLoop=1;jettySize=auto;html=1;endArrow=none;endFill=0;curved=0;exitX=0.384;exitY=0.997;exitDx=0;exitDy=0;exitPerimeter=0;" target="59XTsty1G1Yx93DkZX_j-214">
-           <mxGeometry relative="1" as="geometry">
-             <Array as="points">
-               <mxPoint x="1500" y="230" />
-               <mxPoint x="1205" y="230" />
-             </Array>
-           </mxGeometry>
-         </mxCell>
-         <mxCell id="37D4bjrBw4_Emu08I7YZ-17" edge="1" parent="1" source="59XTsty1G1Yx93DkZX_j-208" style="edgeStyle=orthogonalEdgeStyle;rounded=1;orthogonalLoop=1;jettySize=auto;html=1;entryX=0.25;entryY=1;entryDx=0;entryDy=0;endArrow=none;endFill=0;curved=0;" target="0vSBfI8_46AL9H7hPHAw-7">
-           <mxGeometry relative="1" as="geometry">
-             <Array as="points">
-               <mxPoint x="1500" y="230" />
-               <mxPoint x="1430" y="230" />
-               <mxPoint x="1430" y="470" />
-               <mxPoint x="1005" y="470" />
-             </Array>
-           </mxGeometry>
-         </mxCell>
-         <mxCell id="37D4bjrBw4_Emu08I7YZ-19" edge="1" parent="1" source="59XTsty1G1Yx93DkZX_j-208" style="edgeStyle=orthogonalEdgeStyle;rounded=1;orthogonalLoop=1;jettySize=auto;html=1;entryX=1;entryY=0.5;entryDx=0;entryDy=0;endArrow=none;endFill=0;curved=0;" target="59XTsty1G1Yx93DkZX_j-221">
-           <mxGeometry relative="1" as="geometry">
-             <Array as="points">
-               <mxPoint x="1500" y="230" />
-               <mxPoint x="1430" y="230" />
-               <mxPoint x="1430" y="425" />
-             </Array>
-           </mxGeometry>
-         </mxCell>
-         <mxCell id="37D4bjrBw4_Emu08I7YZ-21" connectable="0" parent="37D4bjrBw4_Emu08I7YZ-19" style="edgeLabel;html=1;align=center;verticalAlign=middle;resizable=0;points=[];rotation=270;" value="Internal 5V Step Down" vertex="1">
-           <mxGeometry relative="1" x="-0.3263" y="-1" as="geometry">
-             <mxPoint x="1" y="43" as="offset" />
-           </mxGeometry>
-         </mxCell>
-         <mxCell id="59XTsty1G1Yx93DkZX_j-208" parent="1" style="rounded=0;whiteSpace=wrap;html=1;fillColor=#f8cecc;strokeColor=#b85450;fontStyle=1" value="240V AC Step-up Transformer" vertex="1">
-           <mxGeometry height="60" width="120" x="1454.35" y="160" as="geometry" />
        </mxCell>
        <mxCell id="59XTsty1G1Yx93DkZX_j-226" edge="1" parent="1" source="59XTsty1G1Yx93DkZX_j-214" style="edgeStyle=orthogonalEdgeStyle;orthogonalLoop=1;jettySize=auto;html=1;dashed=1;strokeColor=#3333FF;entryX=0.75;entryY=0;entryDx=0;entryDy=0;endArrow=none;endFill=0;" target="59XTsty1G1Yx93DkZX_j-222" value="">
          <mxGeometry relative="1" as="geometry">
            <Array as="points">
              <mxPoint x="1180" y="360" />
              <mxPoint x="1179" y="360" />
            </Array>
          </mxGeometry>
        </mxCell>
        <mxCell id="59XTsty1G1Yx93DkZX_j-227" edge="1" parent="1" source="59XTsty1G1Yx93DkZX_j-214" style="edgeStyle=orthogonalEdgeStyle;orthogonalLoop=1;jettySize=auto;html=1;dashed=1;strokeColor=#3333FF;endArrow=none;endFill=0;" target="59XTsty1G1Yx93DkZX_j-221">
          <mxGeometry relative="1" as="geometry">
            <Array as="points">
              <mxPoint x="1244" y="350" />
              <mxPoint x="1244" y="350" />
            </Array>
          </mxGeometry>
        </mxCell>
        <mxCell id="0vSBfI8_46AL9H7hPHAw-13" edge="1" parent="1" source="59XTsty1G1Yx93DkZX_j-214" style="edgeStyle=orthogonalEdgeStyle;rounded=1;orthogonalLoop=1;jettySize=auto;html=1;entryX=0.25;entryY=0;entryDx=0;entryDy=0;curved=0;endArrow=none;endFill=0;" target="59XTsty1G1Yx93DkZX_j-222">
          <mxGeometry relative="1" as="geometry">
            <Array as="points">
              <mxPoint x="1169.35" y="390" />
              <mxPoint x="1139.35" y="390" />
            </Array>
          </mxGeometry>
        </mxCell>
        <mxCell id="59XTsty1G1Yx93DkZX_j-214" parent="1" style="rounded=0;whiteSpace=wrap;html=1;fillColor=#d5e8d4;strokeColor=#82b366;fontStyle=1" value="&lt;div&gt;Laptop Surface Station&lt;/div&gt;&lt;div&gt;(Toughbook)&lt;/div&gt;" vertex="1">
          <mxGeometry height="60" width="120" x="1145" y="250" as="geometry" />
        </mxCell>
        <mxCell id="0vSBfI8_46AL9H7hPHAw-10" edge="1" parent="1" source="59XTsty1G1Yx93DkZX_j-221" style="edgeStyle=orthogonalEdgeStyle;rounded=1;orthogonalLoop=1;jettySize=auto;html=1;strokeColor=#3333FF;curved=0;dashed=1;exitX=0.573;exitY=0.995;exitDx=0;exitDy=0;endArrow=none;endFill=0;exitPerimeter=0;" target="0vSBfI8_46AL9H7hPHAw-7">
          <mxGeometry relative="1" as="geometry">
            <Array as="points">
              <mxPoint x="1250" y="460" />
              <mxPoint x="1060" y="460" />
            </Array>
          </mxGeometry>
        </mxCell>
        <mxCell id="59XTsty1G1Yx93DkZX_j-221" parent="1" style="rounded=0;whiteSpace=wrap;html=1;fillColor=#b1ddf0;strokeColor=#10739e;" value="Wireless Router" vertex="1">
          <mxGeometry height="30" width="80" x="1204.35" y="410" as="geometry" />
        </mxCell>
        <mxCell id="59XTsty1G1Yx93DkZX_j-222" parent="1" style="rounded=0;whiteSpace=wrap;html=1;fillColor=#b1ddf0;strokeColor=#10739e;" value="Joystick and Throttle" vertex="1">
          <mxGeometry height="30" width="80" x="1119.35" y="410" as="geometry" />
        </mxCell>
        <mxCell id="59XTsty1G1Yx93DkZX_j-242" edge="1" parent="1" source="59XTsty1G1Yx93DkZX_j-231" style="edgeStyle=orthogonalEdgeStyle;orthogonalLoop=1;jettySize=auto;html=1;entryX=0.25;entryY=0;entryDx=0;entryDy=0;dashed=1;strokeColor=#3333FF;endArrow=none;endFill=0;" target="59XTsty1G1Yx93DkZX_j-123">
          <mxGeometry relative="1" as="geometry">
            <Array as="points">
              <mxPoint x="1055" y="900" />
              <mxPoint x="1535" y="900" />
            </Array>
          </mxGeometry>
        </mxCell>
        <mxCell id="59XTsty1G1Yx93DkZX_j-243" edge="1" parent="1" source="59XTsty1G1Yx93DkZX_j-231" style="edgeStyle=orthogonalEdgeStyle;orthogonalLoop=1;jettySize=auto;html=1;entryX=0.25;entryY=0;entryDx=0;entryDy=0;dashed=1;strokeColor=#3333FF;endArrow=none;endFill=0;" target="59XTsty1G1Yx93DkZX_j-124">
          <mxGeometry relative="1" as="geometry">
            <Array as="points">
              <mxPoint x="1055" y="900" />
              <mxPoint x="1595" y="900" />
            </Array>
          </mxGeometry>
        </mxCell>
        <mxCell id="59XTsty1G1Yx93DkZX_j-244" edge="1" parent="1" source="59XTsty1G1Yx93DkZX_j-231" style="edgeStyle=orthogonalEdgeStyle;orthogonalLoop=1;jettySize=auto;html=1;entryX=0.25;entryY=0;entryDx=0;entryDy=0;dashed=1;strokeColor=#3333FF;endArrow=none;endFill=0;" target="59XTsty1G1Yx93DkZX_j-122">
          <mxGeometry relative="1" as="geometry">
            <Array as="points">
              <mxPoint x="1055" y="900" />
              <mxPoint x="1475" y="900" />
            </Array>
          </mxGeometry>
        </mxCell>
        <mxCell id="59XTsty1G1Yx93DkZX_j-245" edge="1" parent="1" source="59XTsty1G1Yx93DkZX_j-231" style="edgeStyle=orthogonalEdgeStyle;orthogonalLoop=1;jettySize=auto;html=1;entryX=0.25;entryY=0;entryDx=0;entryDy=0;dashed=1;strokeColor=#3333FF;endArrow=none;endFill=0;" target="59XTsty1G1Yx93DkZX_j-121">
          <mxGeometry relative="1" as="geometry">
            <Array as="points">
              <mxPoint x="1055" y="900" />
              <mxPoint x="1415" y="900" />
            </Array>
          </mxGeometry>
        </mxCell>
        <mxCell id="59XTsty1G1Yx93DkZX_j-246" edge="1" parent="1" source="59XTsty1G1Yx93DkZX_j-231" style="edgeStyle=orthogonalEdgeStyle;orthogonalLoop=1;jettySize=auto;html=1;entryX=0.25;entryY=0;entryDx=0;entryDy=0;dashed=1;strokeColor=#3333FF;endArrow=none;endFill=0;" target="59XTsty1G1Yx93DkZX_j-118">
          <mxGeometry relative="1" as="geometry">
            <Array as="points">
              <mxPoint x="1055" y="900" />
              <mxPoint x="1355" y="900" />
            </Array>
          </mxGeometry>
        </mxCell>
        <mxCell id="59XTsty1G1Yx93DkZX_j-247" edge="1" parent="1" source="59XTsty1G1Yx93DkZX_j-231" style="edgeStyle=orthogonalEdgeStyle;orthogonalLoop=1;jettySize=auto;html=1;entryX=0.25;entryY=0;entryDx=0;entryDy=0;dashed=1;strokeColor=#3333FF;endArrow=none;endFill=0;" target="59XTsty1G1Yx93DkZX_j-117">
          <mxGeometry relative="1" as="geometry">
            <Array as="points">
              <mxPoint x="1055" y="900" />
              <mxPoint x="1295" y="900" />
            </Array>
          </mxGeometry>
        </mxCell>
        <mxCell id="59XTsty1G1Yx93DkZX_j-248" edge="1" parent="1" source="59XTsty1G1Yx93DkZX_j-231" style="edgeStyle=orthogonalEdgeStyle;orthogonalLoop=1;jettySize=auto;html=1;entryX=0.25;entryY=0;entryDx=0;entryDy=0;dashed=1;strokeColor=#3333FF;endArrow=none;endFill=0;" target="59XTsty1G1Yx93DkZX_j-120">
          <mxGeometry relative="1" as="geometry">
            <Array as="points">
              <mxPoint x="1055" y="900" />
              <mxPoint x="1235" y="900" />
            </Array>
          </mxGeometry>
        </mxCell>
        <mxCell id="59XTsty1G1Yx93DkZX_j-249" edge="1" parent="1" source="59XTsty1G1Yx93DkZX_j-231" style="edgeStyle=orthogonalEdgeStyle;orthogonalLoop=1;jettySize=auto;html=1;entryX=0.25;entryY=0;entryDx=0;entryDy=0;dashed=1;strokeColor=#3333FF;endArrow=none;endFill=0;" target="59XTsty1G1Yx93DkZX_j-116">
          <mxGeometry relative="1" as="geometry">
            <Array as="points">
              <mxPoint x="1055" y="900" />
              <mxPoint x="1175" y="900" />
            </Array>
          </mxGeometry>
        </mxCell>
        <mxCell id="0vSBfI8_46AL9H7hPHAw-2" edge="1" parent="1" source="59XTsty1G1Yx93DkZX_j-231" style="edgeStyle=orthogonalEdgeStyle;rounded=1;orthogonalLoop=1;jettySize=auto;html=1;entryX=0;entryY=0.5;entryDx=0;entryDy=0;dashed=1;strokeColor=#3333FF;curved=0;endArrow=none;endFill=0;" target="59XTsty1G1Yx93DkZX_j-155">
          <mxGeometry relative="1" as="geometry" />
        </mxCell>
        <mxCell id="0vSBfI8_46AL9H7hPHAw-6" edge="1" parent="1" source="59XTsty1G1Yx93DkZX_j-231" style="edgeStyle=orthogonalEdgeStyle;rounded=1;orthogonalLoop=1;jettySize=auto;html=1;entryX=0;entryY=0.5;entryDx=0;entryDy=0;curved=0;dashed=1;strokeColor=#3333FF;endArrow=none;endFill=0;" target="0vSBfI8_46AL9H7hPHAw-3">
          <mxGeometry relative="1" as="geometry" />
        </mxCell>
        <mxCell id="59XTsty1G1Yx93DkZX_j-231" parent="1" style="rounded=0;whiteSpace=wrap;html=1;fillColor=#b1ddf0;strokeColor=#10739e;" value="Motor Controller" vertex="1">
          <mxGeometry height="30" width="80" x="1015" y="810" as="geometry" />
        </mxCell>
        <mxCell id="0vSBfI8_46AL9H7hPHAw-3" parent="1" style="rounded=0;whiteSpace=wrap;html=1;fillColor=#b1ddf0;strokeColor=#10739e;" value="Spinner Tool Servo" vertex="1">
          <mxGeometry height="30" width="80" x="1165" y="790" as="geometry" />
        </mxCell>
        <mxCell id="0vSBfI8_46AL9H7hPHAw-30" edge="1" parent="1" source="0vSBfI8_46AL9H7hPHAw-7" style="edgeStyle=orthogonalEdgeStyle;rounded=1;orthogonalLoop=1;jettySize=auto;html=1;entryX=0.167;entryY=-0.009;entryDx=0;entryDy=0;dashed=1;strokeColor=#3333FF;curved=0;entryPerimeter=0;endArrow=none;endFill=0;" target="59XTsty1G1Yx93DkZX_j-111">
          <mxGeometry relative="1" as="geometry">
            <Array as="points">
              <mxPoint x="940" y="280" />
            </Array>
          </mxGeometry>
        </mxCell>
        <mxCell id="0vSBfI8_46AL9H7hPHAw-40" connectable="0" parent="0vSBfI8_46AL9H7hPHAw-30" style="edgeLabel;html=1;align=center;verticalAlign=middle;resizable=0;points=[];" value="TETHER (DATA)" vertex="1">
          <mxGeometry relative="1" x="-0.3495" as="geometry">
            <mxPoint as="offset" />
+           </mxGeometry>
+         </mxCell>
+         <mxCell id="_A7pCzdjQUsaNXFOYSQv-17" edge="1" parent="1" source="0vSBfI8_46AL9H7hPHAw-7" style="edgeStyle=orthogonalEdgeStyle;rounded=1;orthogonalLoop=1;jettySize=auto;html=1;entryX=0.5;entryY=1;entryDx=0;entryDy=0;endArrow=none;endFill=0;curved=0;" target="37D4bjrBw4_Emu08I7YZ-5">
+           <mxGeometry relative="1" as="geometry">
+             <Array as="points">
+               <mxPoint x="1035" y="470" />
+               <mxPoint x="1370" y="470" />
+             </Array>
          </mxGeometry>
        </mxCell>
        <mxCell id="0vSBfI8_46AL9H7hPHAw-7" parent="1" style="rounded=0;whiteSpace=wrap;html=1;fontStyle=1;fillColor=#d5e8d4;strokeColor=#82b366;" value="Fathom-X Tether Interface" vertex="1">
          <mxGeometry height="60" width="120" x="975" y="250" as="geometry" />
        </mxCell>
        <mxCell id="0vSBfI8_46AL9H7hPHAw-19" parent="1" style="text;html=1;whiteSpace=wrap;strokeColor=none;fillColor=none;align=center;verticalAlign=middle;rounded=0;rotation=270;" value="&lt;font face=&quot;Helvetica&quot; style=&quot;font-size: 28px;&quot;&gt;&lt;b&gt;&lt;span style=&quot;color: rgb(0, 102, 204);&quot;&gt;IN WATER&lt;/span&gt;&lt;/b&gt;&lt;/font&gt;" vertex="1">
          <mxGeometry height="30" width="140.65" x="809.35" y="990" as="geometry" />
        </mxCell>
        <mxCell id="0vSBfI8_46AL9H7hPHAw-21" edge="1" parent="1" style="endArrow=none;html=1;rounded=0;strokeWidth=3;fillColor=#fad7ac;strokeColor=#b46504;shadow=1;" value="">
          <mxGeometry height="50" relative="1" width="50" as="geometry">
            <mxPoint x="889.35" y="480" as="sourcePoint" />
            <mxPoint x="890" y="150" as="targetPoint" />
          </mxGeometry>
        </mxCell>
        <mxCell id="0vSBfI8_46AL9H7hPHAw-24" edge="1" parent="1" style="endArrow=none;html=1;rounded=0;strokeWidth=3;fillColor=#fad7ac;strokeColor=#b46504;shadow=1;" value="">
          <mxGeometry height="50" relative="1" width="50" as="geometry">
            <mxPoint x="890" y="150" as="sourcePoint" />
            <mxPoint x="1639.35" y="150" as="targetPoint" />
          </mxGeometry>
        </mxCell>
        <mxCell id="0vSBfI8_46AL9H7hPHAw-25" edge="1" parent="1" style="endArrow=none;html=1;rounded=0;strokeWidth=3;fillColor=#fad7ac;strokeColor=#b46504;shadow=1;" value="">
          <mxGeometry height="50" relative="1" width="50" as="geometry">
            <mxPoint x="1639.35" y="480" as="sourcePoint" />
            <mxPoint x="1639.35" y="150" as="targetPoint" />
          </mxGeometry>
        </mxCell>
        <mxCell id="0vSBfI8_46AL9H7hPHAw-26" edge="1" parent="1" style="endArrow=none;html=1;rounded=0;strokeWidth=3;fillColor=#fad7ac;strokeColor=#b46504;shadow=1;" value="">
          <mxGeometry height="50" relative="1" width="50" as="geometry">
            <mxPoint x="889.35" y="480" as="sourcePoint" />
            <mxPoint x="1639.35" y="480" as="targetPoint" />
          </mxGeometry>
        </mxCell>
        <mxCell id="0vSBfI8_46AL9H7hPHAw-27" parent="1" style="text;html=1;whiteSpace=wrap;strokeColor=none;fillColor=none;align=center;verticalAlign=middle;rounded=0;rotation=270;" value="&lt;font style=&quot;font-size: 28px; color: rgb(180, 101, 4);&quot;&gt;&lt;b&gt;SURFACE&lt;/b&gt;&lt;/font&gt;" vertex="1">
          <mxGeometry height="30" width="140" x="809.35" y="390" as="geometry" />
        </mxCell>
-         <mxCell id="37D4bjrBw4_Emu08I7YZ-7" edge="1" parent="1" source="37D4bjrBw4_Emu08I7YZ-5" style="edgeStyle=orthogonalEdgeStyle;rounded=0;orthogonalLoop=1;jettySize=auto;html=1;endArrow=none;endFill=0;" target="59XTsty1G1Yx93DkZX_j-208" value="">
-           <mxGeometry relative="1" as="geometry" />
+         <mxCell id="_A7pCzdjQUsaNXFOYSQv-14" edge="1" parent="1" source="37D4bjrBw4_Emu08I7YZ-5" style="edgeStyle=orthogonalEdgeStyle;rounded=1;orthogonalLoop=1;jettySize=auto;html=1;entryX=0.5;entryY=0;entryDx=0;entryDy=0;endArrow=none;endFill=0;curved=0;" target="59XTsty1G1Yx93DkZX_j-66">
+           <mxGeometry relative="1" as="geometry" />
+         </mxCell>
+         <mxCell id="_A7pCzdjQUsaNXFOYSQv-15" edge="1" parent="1" source="37D4bjrBw4_Emu08I7YZ-5" style="edgeStyle=orthogonalEdgeStyle;rounded=1;orthogonalLoop=1;jettySize=auto;html=1;entryX=1;entryY=0.5;entryDx=0;entryDy=0;endArrow=none;endFill=0;curved=0;" target="59XTsty1G1Yx93DkZX_j-214">
+           <mxGeometry relative="1" as="geometry">
+             <Array as="points">
+               <mxPoint x="1370" y="280" />
+             </Array>
+           </mxGeometry>
+         </mxCell>
+         <mxCell id="_A7pCzdjQUsaNXFOYSQv-16" edge="1" parent="1" source="37D4bjrBw4_Emu08I7YZ-5" style="edgeStyle=orthogonalEdgeStyle;rounded=1;orthogonalLoop=1;jettySize=auto;html=1;entryX=1;entryY=0.5;entryDx=0;entryDy=0;endArrow=none;endFill=0;curved=0;" target="59XTsty1G1Yx93DkZX_j-221">
+           <mxGeometry relative="1" as="geometry">
+             <Array as="points">
+               <mxPoint x="1370" y="425" />
+             </Array>
+           </mxGeometry>
+         </mxCell>
+         <mxCell id="_A7pCzdjQUsaNXFOYSQv-19" connectable="0" parent="_A7pCzdjQUsaNXFOYSQv-16" style="edgeLabel;html=1;align=center;verticalAlign=middle;resizable=0;points=[];rotation=270;" value="5V Step-Down" vertex="1">
+           <mxGeometry relative="1" x="-0.0843" y="-2" as="geometry">
+             <mxPoint as="offset" />
+           </mxGeometry>
        </mxCell>
        <mxCell id="37D4bjrBw4_Emu08I7YZ-5" parent="1" style="rounded=0;whiteSpace=wrap;html=1;fillColor=#fad9d5;strokeColor=#ae4132;fontStyle=1" value="Power Strip" vertex="1">
          <mxGeometry height="60" width="120" x="1310" y="160" as="geometry" />
        </mxCell>
        <mxCell id="37D4bjrBw4_Emu08I7YZ-8" parent="1" style="text;html=1;whiteSpace=wrap;strokeColor=none;fillColor=none;align=center;verticalAlign=middle;rounded=0;" value="&lt;div&gt;&lt;b style=&quot;color: rgb(255, 53, 53);&quot;&gt;20A&lt;/b&gt;&lt;/div&gt;&lt;div&gt;&lt;b style=&quot;color: rgb(255, 53, 53);&quot;&gt;Fuse&amp;nbsp;&lt;/b&gt;&lt;/div&gt;" vertex="1">
          <mxGeometry height="30" width="60" x="1535" y="335" as="geometry" />
        </mxCell>
        <mxCell id="37D4bjrBw4_Emu08I7YZ-22" parent="1" style="rounded=0;whiteSpace=wrap;html=1;fillColor=#b1ddf0;strokeColor=#10739e;" value="ExploreHD 3.0" vertex="1">
          <mxGeometry height="30" width="80" x="1165" y="660" as="geometry" />
        </mxCell>
        <mxCell id="37D4bjrBw4_Emu08I7YZ-23" parent="1" style="rounded=0;whiteSpace=wrap;html=1;fillColor=#b1ddf0;strokeColor=#10739e;" value="ExploreHD 3.0" vertex="1">
          <mxGeometry height="30" width="80" x="1165" y="625" as="geometry" />
        </mxCell>
        <mxCell id="37D4bjrBw4_Emu08I7YZ-24" parent="1" style="rounded=0;whiteSpace=wrap;html=1;fillColor=#b1ddf0;strokeColor=#10739e;" value="ExploreHD 3.0" vertex="1">
          <mxGeometry height="30" width="80" x="1165" y="695" as="geometry" />
        </mxCell>
        <mxCell id="OX7wq4GX1beUy1cfBgnM-4" edge="1" parent="1" source="OX7wq4GX1beUy1cfBgnM-1" style="edgeStyle=orthogonalEdgeStyle;rounded=0;orthogonalLoop=1;jettySize=auto;html=1;endArrow=none;endFill=0;" target="OX7wq4GX1beUy1cfBgnM-3">
          <mxGeometry relative="1" as="geometry" />
        </mxCell>
        <mxCell id="OX7wq4GX1beUy1cfBgnM-1" parent="1" style="rounded=0;whiteSpace=wrap;html=1;fillColor=#d5e8d4;strokeColor=#82b366;" value="&lt;b&gt;USB Type-C Hub&lt;/b&gt;" vertex="1">
          <mxGeometry height="40" width="120" x="920" y="881" as="geometry" />
        </mxCell>
        <mxCell id="OX7wq4GX1beUy1cfBgnM-6" edge="1" parent="1" source="OX7wq4GX1beUy1cfBgnM-3" style="edgeStyle=orthogonalEdgeStyle;rounded=0;orthogonalLoop=1;jettySize=auto;html=1;endArrow=none;endFill=0;" target="OX7wq4GX1beUy1cfBgnM-5">
          <mxGeometry relative="1" as="geometry" />
        </mxCell>
        <mxCell id="OX7wq4GX1beUy1cfBgnM-3" parent="1" style="rounded=0;whiteSpace=wrap;html=1;fillColor=#b1ddf0;strokeColor=#10739e;" value="Pico 2W" vertex="1">
          <mxGeometry height="30" width="80" x="940" y="940" as="geometry" />
        </mxCell>
        <mxCell id="OX7wq4GX1beUy1cfBgnM-5" parent="1" style="rounded=0;whiteSpace=wrap;html=1;fillColor=#b1ddf0;strokeColor=#10739e;" value="i2C Depth Sensor" vertex="1">
          <mxGeometry height="40" width="80" x="940" y="985" as="geometry" />
        </mxCell>
        <mxCell id="_A7pCzdjQUsaNXFOYSQv-3" edge="1" parent="1" source="_A7pCzdjQUsaNXFOYSQv-2" style="edgeStyle=orthogonalEdgeStyle;rounded=0;orthogonalLoop=1;jettySize=auto;html=1;strokeColor=#3333FF;endArrow=none;endFill=0;dashed=1;" target="59XTsty1G1Yx93DkZX_j-111" value="">
          <mxGeometry relative="1" as="geometry" />
        </mxCell>
        <mxCell id="_A7pCzdjQUsaNXFOYSQv-5" edge="1" parent="1" source="_A7pCzdjQUsaNXFOYSQv-2" style="edgeStyle=orthogonalEdgeStyle;rounded=1;orthogonalLoop=1;jettySize=auto;html=1;entryX=0;entryY=0.5;entryDx=0;entryDy=0;endArrow=none;endFill=0;dashed=1;strokeColor=#3333FF;curved=0;" target="37D4bjrBw4_Emu08I7YZ-23">
          <mxGeometry relative="1" as="geometry" />
        </mxCell>
        <mxCell id="_A7pCzdjQUsaNXFOYSQv-6" edge="1" parent="1" source="_A7pCzdjQUsaNXFOYSQv-2" style="edgeStyle=orthogonalEdgeStyle;rounded=1;orthogonalLoop=1;jettySize=auto;html=1;endArrow=none;endFill=0;dashed=1;strokeColor=#3333FF;curved=0;" target="37D4bjrBw4_Emu08I7YZ-22">
          <mxGeometry relative="1" as="geometry" />
        </mxCell>
        <mxCell id="_A7pCzdjQUsaNXFOYSQv-7" edge="1" parent="1" source="_A7pCzdjQUsaNXFOYSQv-2" style="edgeStyle=orthogonalEdgeStyle;rounded=1;orthogonalLoop=1;jettySize=auto;html=1;entryX=0;entryY=0.5;entryDx=0;entryDy=0;endArrow=none;endFill=0;dashed=1;strokeColor=#3333FF;curved=0;" target="37D4bjrBw4_Emu08I7YZ-24">
          <mxGeometry relative="1" as="geometry" />
        </mxCell>
        <mxCell id="_A7pCzdjQUsaNXFOYSQv-2" parent="1" style="rounded=0;whiteSpace=wrap;html=1;fillColor=#d5e8d4;strokeColor=#82b366;" value="&lt;b&gt;Camera Hub&lt;/b&gt;" vertex="1">
          <mxGeometry height="40" width="70" x="1065" y="655" as="geometry" />
        </mxCell>
      </root>
    </mxGraphModel>
  </diagram>
</mxfile>
